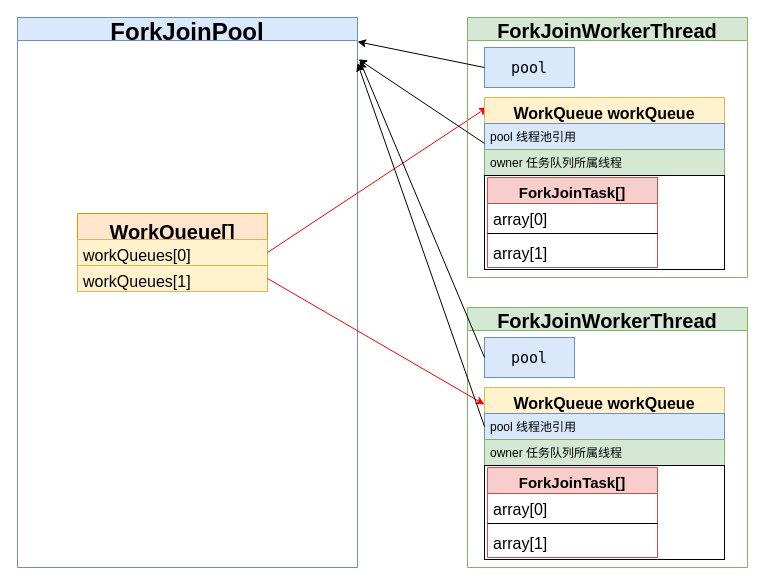
Before: ForkJoinPool.drawio in yang00-74/flowchart, a draw.io diagram. Source tidied: cells renumbered, new cells numbered last; positions are measured from the earlier drawing's top-left corner, leaving out a move shared by most shapes. Both pictures are drawn from the tidied source at 100%, with x=0, y=0 at pixel (17, 17).
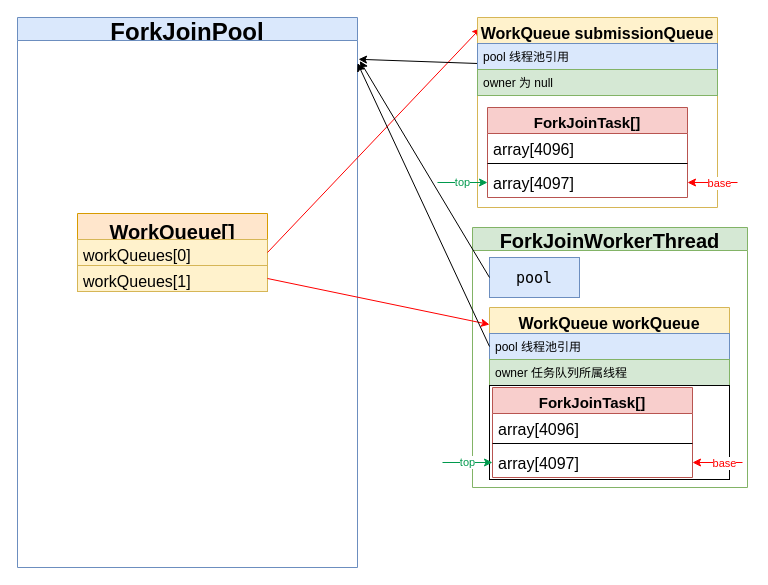
After the change.

Unchanged cells that the change refers to:
```xml
<mxCell id="2" value="ForkJoinPool" style="swimlane;fontSize=24;fillColor=#dae8fc;strokeColor=#6c8ebf;" parent="1" vertex="1">
  <mxGeometry width="340" height="550" as="geometry" />
</mxCell>
```

Change to the diagram source:
```diff
@@
-    <mxCell id="7" value="ForkJoinWorkerThread" style="swimlane;fontSize=20;fillColor=#d5e8d4;strokeColor=#82b366;" parent="1" vertex="1">
-      <mxGeometry x="450" width="280" height="260" as="geometry" />
-    </mxCell>
-    <mxCell id="8" value="&lt;pre style=&quot;font-family: &amp;#34;menlo&amp;#34; ; font-size: 15px&quot;&gt;pool&lt;/pre&gt;" style="rounded=0;whiteSpace=wrap;html=1;strokeColor=#6c8ebf;fontSize=20;fillColor=#dae8fc;" parent="7" vertex="1">
-      <mxGeometry x="17" y="30" width="90" height="40" as="geometry" />
-    </mxCell>
-    <mxCell id="9" value="WorkQueue workQueue" style="swimlane;fontStyle=1;align=center;verticalAlign=top;horizontal=1;startSize=26;strokeColor=#d6b656;fontSize=16;fillColor=#fff2cc;" parent="7" vertex="1">
-      <mxGeometry x="17" y="80" width="240" height="172" as="geometry" />
-    </mxCell>
-    <mxCell id="10" value="pool 线程池引用" style="text;strokeColor=#6c8ebf;fillColor=#dae8fc;align=left;verticalAlign=top;spacingLeft=4;spacingRight=4;overflow=hidden;points=[[0,0.5],[1,0.5]];portConstraint=eastwest;" parent="9" vertex="1">
-      <mxGeometry y="26" width="240" height="26" as="geometry" />
-    </mxCell>
-    <mxCell id="11" value="owner 任务队列所属线程" style="text;strokeColor=#82b366;fillColor=#d5e8d4;align=left;verticalAlign=top;spacingLeft=4;spacingRight=4;overflow=hidden;" parent="9" vertex="1">
-      <mxGeometry y="52" width="240" height="26" as="geometry" />
-    </mxCell>
-    <mxCell id="12" style="text;strokeColor=#000000;fillColor=none;align=left;verticalAlign=top;spacingLeft=4;spacingRight=4;overflow=hidden;" parent="9" vertex="1">
-      <mxGeometry y="78" width="240" height="94" as="geometry" />
-    </mxCell>
-    <mxCell id="13" value="ForkJoinTask[]" style="swimlane;fontStyle=1;align=center;verticalAlign=top;horizontal=1;startSize=26;strokeColor=#b85450;fontSize=15;fillColor=#f8cecc;" parent="7" vertex="1">
-      <mxGeometry x="20" y="160" width="170" height="90" as="geometry" />
-    </mxCell>
-    <mxCell id="14" value="array[0]" style="text;strokeColor=none;fillColor=none;align=left;verticalAlign=top;spacingLeft=4;spacingRight=4;overflow=hidden;fontSize=16;" parent="13" vertex="1">
-      <mxGeometry y="26" width="170" height="26" as="geometry" />
-    </mxCell>
-    <mxCell id="15" style="line;strokeWidth=1;fillColor=none;align=left;verticalAlign=middle;spacingTop=-1;spacingLeft=3;spacingRight=3;labelPosition=right;" parent="13" vertex="1">
-      <mxGeometry y="52" width="170" height="8" as="geometry" />
-    </mxCell>
-    <mxCell id="16" value="array[1]" style="text;strokeColor=none;fillColor=none;align=left;verticalAlign=top;spacingLeft=4;spacingRight=4;overflow=hidden;points=[[0,0.5],[1,0.5]];portConstraint=eastwest;fontSize=16;" parent="13" vertex="1">
-      <mxGeometry y="60" width="170" height="30" as="geometry" />
-    </mxCell>
-    <mxCell id="17" style="endArrow=classic;html=1;fontSize=20;fontColor=#000000;exitX=0;exitY=0.5;exitDx=0;exitDy=0;entryX=1;entryY=0.044;entryDx=0;entryDy=0;entryPerimeter=0;" parent="1" edge="1" source="8" target="2">
-      <mxGeometry relative="1" as="geometry" />
-    </mxCell>
@@
     <mxCell id="19" value="ForkJoinWorkerThread" style="swimlane;fontSize=20;fillColor=#d5e8d4;strokeColor=#82b366;" parent="1" vertex="1">
-      <mxGeometry x="450" y="290" width="280" height="260" as="geometry" />
+      <mxGeometry x="455" y="210" width="275" height="260" as="geometry" />
     </mxCell>
@@
-    <mxCell id="25" value="ForkJoinTask[]" style="swimlane;fontStyle=1;align=center;verticalAlign=top;horizontal=1;startSize=26;strokeColor=#b85450;fontSize=15;fillColor=#f8cecc;" parent="19" vertex="1">
-      <mxGeometry x="20" y="160" width="170" height="90" as="geometry" />
-    </mxCell>
-    <mxCell id="26" value="array[0]" style="text;strokeColor=none;fillColor=none;align=left;verticalAlign=top;spacingLeft=4;spacingRight=4;overflow=hidden;fontSize=16;" parent="25" vertex="1">
-      <mxGeometry y="26" width="170" height="26" as="geometry" />
-    </mxCell>
-    <mxCell id="27" style="line;strokeWidth=1;fillColor=none;align=left;verticalAlign=middle;spacingTop=-1;spacingLeft=3;spacingRight=3;labelPosition=right;" parent="25" vertex="1">
-      <mxGeometry y="52" width="170" height="8" as="geometry" />
-    </mxCell>
-    <mxCell id="28" value="array[1]" style="text;strokeColor=none;fillColor=none;align=left;verticalAlign=top;spacingLeft=4;spacingRight=4;overflow=hidden;fontSize=16;" parent="25" vertex="1">
-      <mxGeometry y="60" width="170" height="30" as="geometry" />
-    </mxCell>
@@
+    <mxCell id="9" value="WorkQueue submissionQueue" style="swimlane;fontStyle=1;align=center;verticalAlign=top;horizontal=1;startSize=26;fontSize=16;fillColor=#fff2cc;strokeColor=#d6b656;" parent="1" vertex="1">
+      <mxGeometry x="460" width="240" height="190" as="geometry" />
+    </mxCell>
+    <mxCell id="10" value="pool 线程池引用" style="text;strokeColor=#6c8ebf;fillColor=#dae8fc;align=left;verticalAlign=top;spacingLeft=4;spacingRight=4;overflow=hidden;points=[[0,0.5],[1,0.5]];portConstraint=eastwest;" parent="9" vertex="1">
+      <mxGeometry y="26" width="240" height="26" as="geometry" />
+    </mxCell>
+    <mxCell id="11" value="owner 为 null" style="text;strokeColor=#82b366;fillColor=#d5e8d4;align=left;verticalAlign=top;spacingLeft=4;spacingRight=4;overflow=hidden;" parent="9" vertex="1">
+      <mxGeometry y="52" width="240" height="26" as="geometry" />
+    </mxCell>
+    <mxCell id="32" style="text;align=left;verticalAlign=top;spacingLeft=4;spacingRight=4;overflow=hidden;" parent="9" vertex="1">
+      <mxGeometry y="78" width="240" height="112" as="geometry" />
+    </mxCell>
+    <mxCell id="33" value="&lt;font color=&quot;#00994d&quot;&gt;top&lt;/font&gt;" style="endArrow=classic;html=1;entryX=0;entryY=0.5;entryDx=0;entryDy=0;strokeColor=#00994D;" parent="1" edge="1" target="16">
+      <mxGeometry relative="1" as="geometry">
+        <mxPoint x="425" y="445" as="sourcePoint" />
+      </mxGeometry>
+    </mxCell>
+    <mxCell id="34" style="endArrow=classic;html=1;entryX=1;entryY=0.5;entryDx=0;entryDy=0;strokeColor=#FF0000;" parent="1" edge="1" target="16">
+      <mxGeometry relative="1" as="geometry">
+        <mxPoint x="725" y="445" as="sourcePoint" />
+      </mxGeometry>
+    </mxCell>
+    <mxCell id="35" value="&lt;font color=&quot;#ff0000&quot;&gt;base&lt;/font&gt;" style="edgeLabel;html=1;align=center;verticalAlign=middle;" parent="34" vertex="1">
+      <mxGeometry x="-0.25" relative="1" as="geometry" />
+    </mxCell>
+    <mxCell id="36" value="&lt;font color=&quot;#00994d&quot;&gt;top&lt;/font&gt;" style="endArrow=classic;html=1;entryX=0;entryY=0.5;entryDx=0;entryDy=0;strokeColor=#00994D;" parent="1" edge="1" target="41">
+      <mxGeometry relative="1" as="geometry">
+        <mxPoint x="420" y="165" as="sourcePoint" />
+      </mxGeometry>
+    </mxCell>
+    <mxCell id="37" style="endArrow=classic;html=1;entryX=1;entryY=0.5;entryDx=0;entryDy=0;strokeColor=#FF0000;" parent="1" edge="1" target="41">
+      <mxGeometry relative="1" as="geometry">
+        <mxPoint x="720" y="165" as="sourcePoint" />
+      </mxGeometry>
+    </mxCell>
+    <mxCell id="38" value="&lt;font color=&quot;#ff0000&quot;&gt;base&lt;/font&gt;" style="edgeLabel;html=1;align=center;verticalAlign=middle;" parent="37" vertex="1">
+      <mxGeometry x="-0.25" relative="1" as="geometry" />
+    </mxCell>
+    <mxCell id="25" value="ForkJoinTask[]" style="swimlane;fontStyle=1;align=center;verticalAlign=top;horizontal=1;startSize=26;strokeColor=#b85450;fontSize=15;fillColor=#f8cecc;direction=east;" parent="1" vertex="1">
+      <mxGeometry x="470" y="90" width="200" height="90" as="geometry" />
+    </mxCell>
+    <mxCell id="39" value="array[4096]" style="text;strokeColor=none;fillColor=none;align=left;verticalAlign=top;spacingLeft=4;spacingRight=4;overflow=hidden;fontSize=16;" parent="25" vertex="1">
+      <mxGeometry y="26" width="200" height="26" as="geometry" />
+    </mxCell>
+    <mxCell id="40" style="line;strokeWidth=1;fillColor=none;align=left;verticalAlign=middle;spacingTop=-1;spacingLeft=3;spacingRight=3;labelPosition=right;" parent="25" vertex="1">
+      <mxGeometry y="52" width="200" height="8" as="geometry" />
+    </mxCell>
+    <mxCell id="41" value="array[4097]" style="text;strokeColor=none;fillColor=none;align=left;verticalAlign=top;spacingLeft=4;spacingRight=4;overflow=hidden;points=[[0,0.5],[1,0.5]];portConstraint=eastwest;fontSize=16;" parent="25" vertex="1">
+      <mxGeometry y="60" width="200" height="30" as="geometry" />
+    </mxCell>
+    <mxCell id="13" value="ForkJoinTask[]" style="swimlane;fontStyle=1;align=center;verticalAlign=top;horizontal=1;startSize=26;strokeColor=#b85450;fontSize=15;fillColor=#f8cecc;direction=east;" parent="1" vertex="1">
+      <mxGeometry x="475" y="370" width="200" height="90" as="geometry" />
+    </mxCell>
+    <mxCell id="14" value="array[4096]" style="text;strokeColor=none;fillColor=none;align=left;verticalAlign=top;spacingLeft=4;spacingRight=4;overflow=hidden;fontSize=16;" parent="13" vertex="1">
+      <mxGeometry y="26" width="200" height="26" as="geometry" />
+    </mxCell>
+    <mxCell id="15" style="line;strokeWidth=1;fillColor=none;align=left;verticalAlign=middle;spacingTop=-1;spacingLeft=3;spacingRight=3;labelPosition=right;" parent="13" vertex="1">
+      <mxGeometry y="52" width="200" height="8" as="geometry" />
+    </mxCell>
+    <mxCell id="16" value="array[4097]" style="text;strokeColor=none;fillColor=none;align=left;verticalAlign=top;spacingLeft=4;spacingRight=4;overflow=hidden;points=[[0,0.5],[1,0.5]];portConstraint=eastwest;fontSize=16;" parent="13" vertex="1">
+      <mxGeometry y="60" width="200" height="30" as="geometry" />
+    </mxCell>
```
